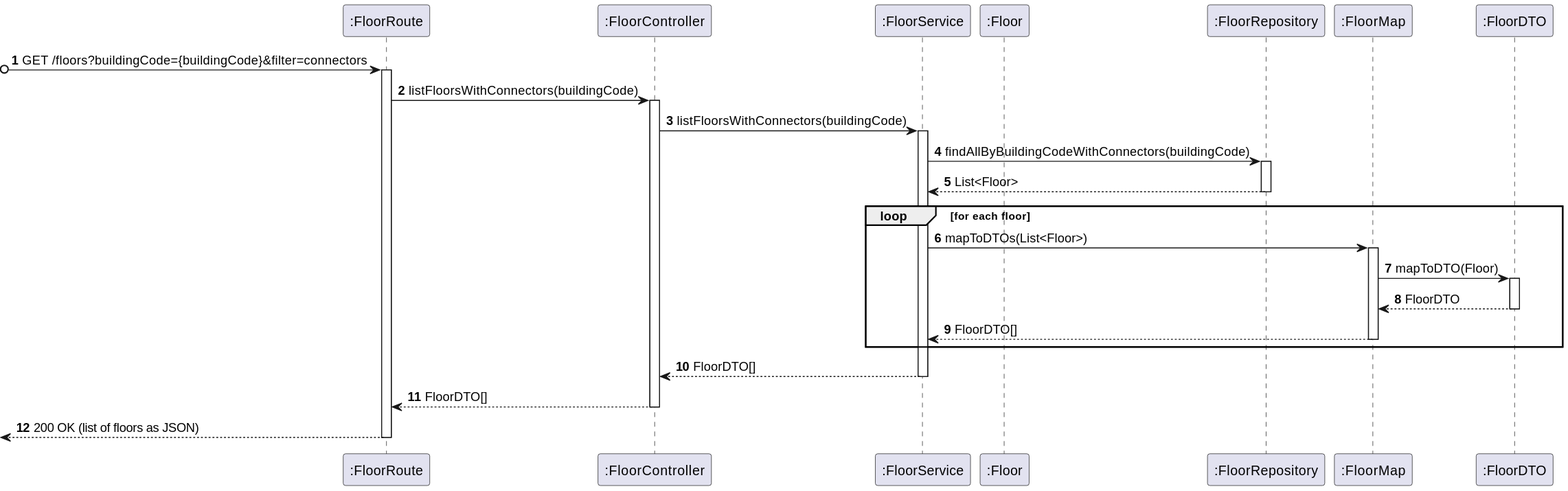
Before: _wiki/sprint-a/us08-220/views/level-3/assets/us08-level3_processes.svg, a diagram exported from PlantUML (miseEnPlace-dev/lapr5). The source it was exported from:
```plantuml
@startuml us08-level3_processes
autonumber

participant ROUTE as ":FloorRoute"
participant CTRL as ":FloorController"
participant SVC as ":FloorService"
participant E as ":Floor"
participant REPO as ":FloorRepository"
participant FMAP as ":FloorMap"
participant DTO as ":FloorDTO"

?o-> ROUTE : GET /floors?buildingCode={buildingCode}&filter=connectors
activate ROUTE

  ROUTE -> CTRL : listFloorsWithConnectors(buildingCode)
  activate CTRL

    CTRL -> SVC : listFloorsWithConnectors(buildingCode)
    activate SVC

      SVC -> REPO : findAllByBuildingCodeWithConnectors(buildingCode)
      activate REPO

      REPO --> SVC : List<Floor>
      deactivate REPO

      loop for each floor

        SVC -> FMAP : mapToDTOs(List<Floor>)
        activate FMAP

          FMAP -> DTO : mapToDTO(Floor)
          activate DTO

          DTO --> FMAP : FloorDTO
          deactivate DTO

        FMAP --> SVC : FloorDTO[]
        deactivate FMAP

      end

    CTRL <-- SVC : FloorDTO[]
    deactivate SVC

  ROUTE <-- CTRL : FloorDTO[]
  deactivate CTRL

<-- ROUTE : 200 OK (list of floors as JSON)
deactivate ROUTE

@enduml
```
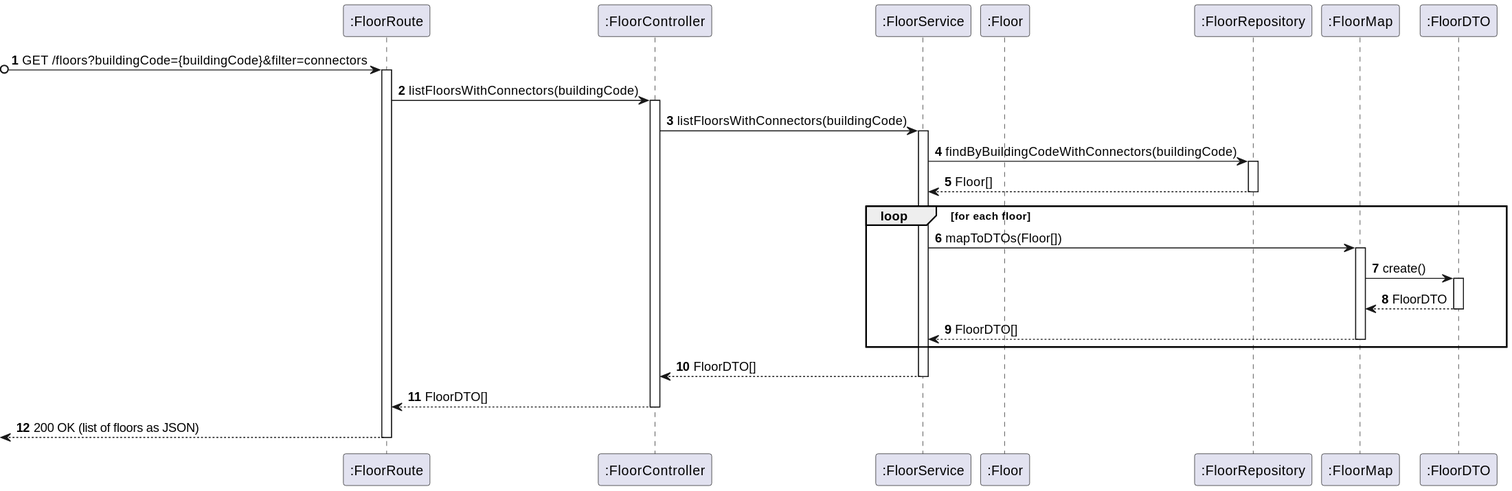
The same diagram one commit later.

Diff of the diagram source:
```diff
@@ -18,18 +18,18 @@
     CTRL -> SVC : listFloorsWithConnectors(buildingCode)
     activate SVC
 
-      SVC -> REPO : findAllByBuildingCodeWithConnectors(buildingCode)
+      SVC -> REPO : findByBuildingCodeWithConnectors(buildingCode)
       activate REPO
 
-      REPO --> SVC : List<Floor>
+      REPO --> SVC : Floor[]
       deactivate REPO
 
       loop for each floor
 
-        SVC -> FMAP : mapToDTOs(List<Floor>)
+        SVC -> FMAP : mapToDTOs(Floor[])
         activate FMAP
 
-          FMAP -> DTO : mapToDTO(Floor)
+          FMAP -> DTO : create()
           activate DTO
 
           DTO --> FMAP : FloorDTO
```
